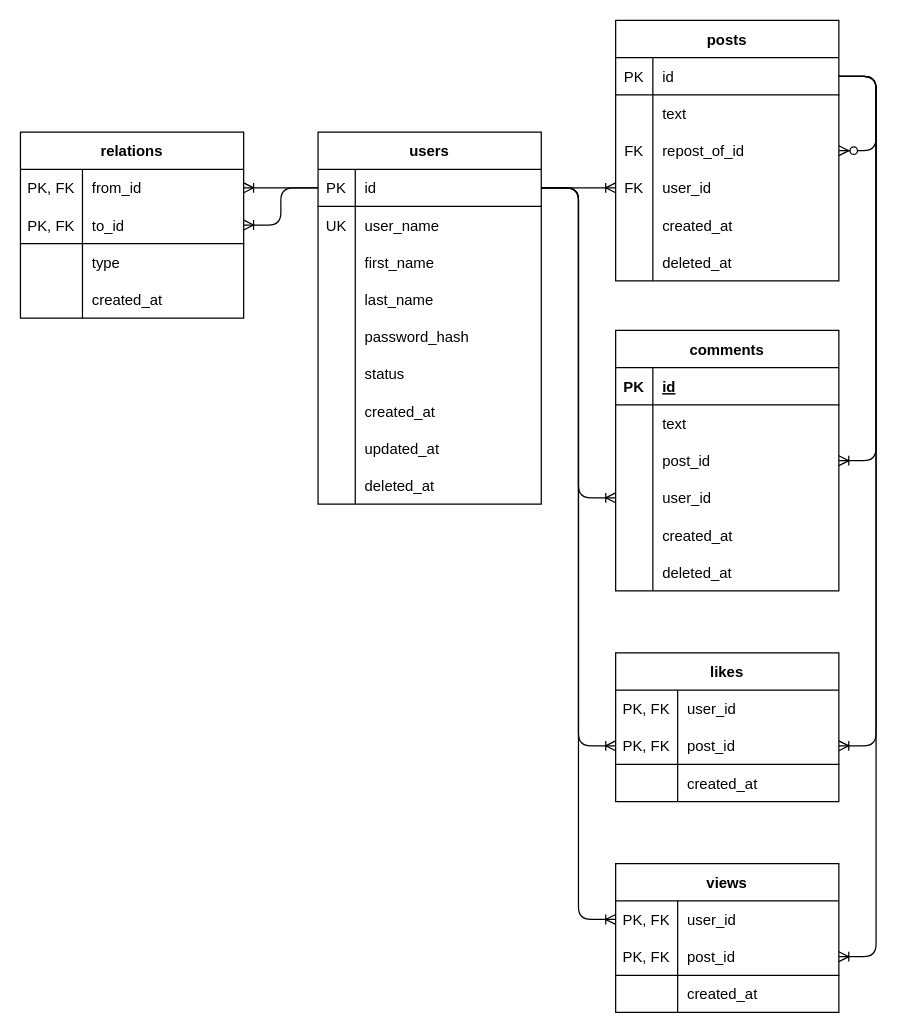
The draw.io diagram scheme.drawio in shekshuev/gophertalk-backend, before the edit. Source tidied: cells renumbered, new cells numbered last; positions are measured from the earlier drawing's top-left corner, leaving out a move shared by most shapes. Both pictures are drawn from the tidied source at 124%, with x=0, y=0 at pixel (20, 20).
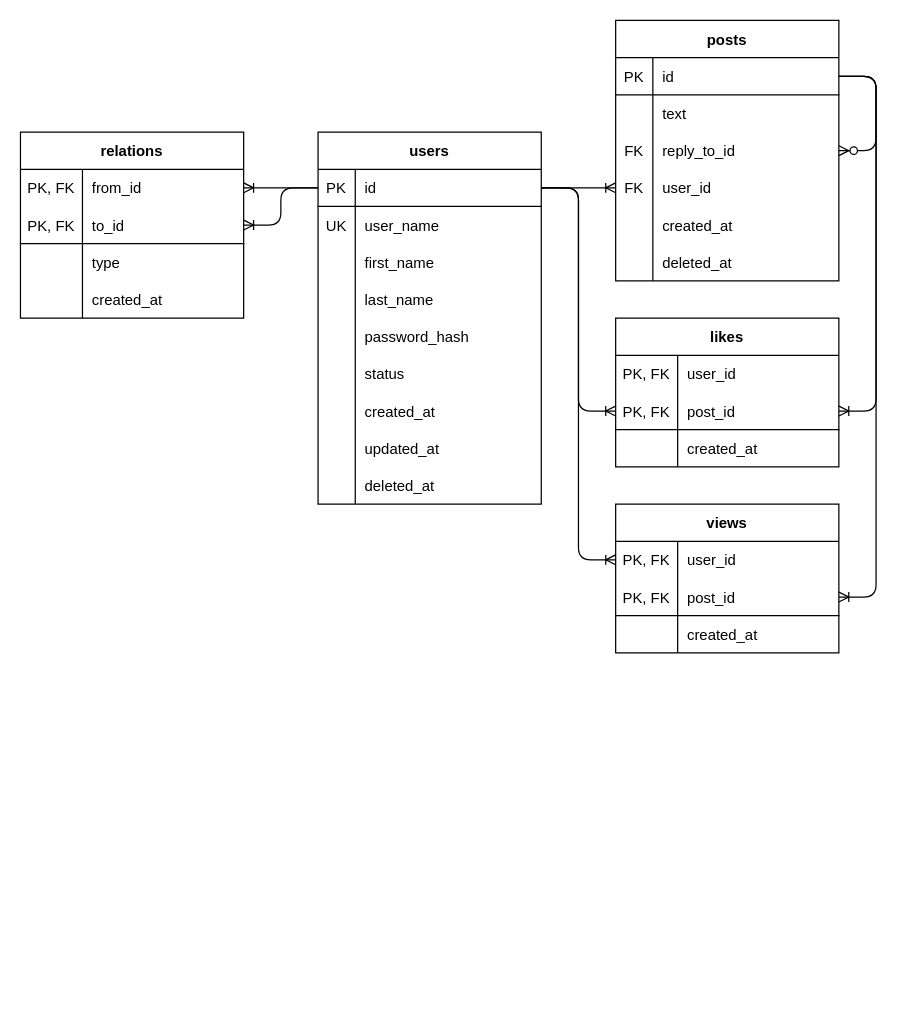
The same page after the edit.

Unchanged cells that the change refers to:
```xml
<mxCell id="3" style="shape=tableRow;horizontal=0;startSize=0;swimlaneHead=0;swimlaneBody=0;fillColor=none;points=[[0,0.5],[1,0.5]];portConstraint=eastwest;top=0;left=0;right=0;bottom=1;" parent="2" vertex="1">
  <mxGeometry y="30" width="180" height="30" as="geometry" />
</mxCell>
<mxCell id="46" style="shape=tableRow;horizontal=0;startSize=0;swimlaneHead=0;swimlaneBody=0;fillColor=none;points=[[0,0.5],[1,0.5]];portConstraint=eastwest;top=0;left=0;right=0;bottom=1;fontStyle=0;" parent="45" vertex="1">
  <mxGeometry y="30" width="180" height="30" as="geometry" />
</mxCell>
<mxCell id="52" style="shape=tableRow;horizontal=0;startSize=0;swimlaneHead=0;swimlaneBody=0;fillColor=none;points=[[0,0.5],[1,0.5]];portConstraint=eastwest;top=0;left=0;right=0;bottom=0;" parent="45" vertex="1">
  <mxGeometry y="90" width="180" height="30" as="geometry" />
</mxCell>
```

Change to the diagram source:
```diff
@@
-    <mxCell id="54" value="repost_of_id" style="shape=partialRectangle;fillColor=none;top=0;left=0;bottom=0;right=0;align=left;spacingLeft=6;overflow=hidden;" parent="52" vertex="1">
+    <mxCell id="54" value="reply_to_id" style="shape=partialRectangle;fillColor=none;top=0;left=0;bottom=0;right=0;align=left;spacingLeft=6;overflow=hidden;" parent="52" vertex="1">
       <mxGeometry x="30" width="150" height="30" as="geometry" />
     </mxCell>
@@
-    <mxCell id="66" value="comments" style="shape=table;startSize=30;childLayout=tableLayout;rowLines=0;fontStyle=1;align=center;" parent="1" vertex="1">
-      <mxGeometry x="480" y="250" width="180" height="210" as="geometry" />
-    </mxCell>
-    <mxCell id="67" style="shape=tableRow;horizontal=0;startSize=0;swimlaneHead=0;swimlaneBody=0;fillColor=none;top=0;left=0;right=0;bottom=1;" parent="66" vertex="1">
-      <mxGeometry y="30" width="180" height="30" as="geometry" />
-    </mxCell>
-    <mxCell id="68" value="PK" style="shape=partialRectangle;fillColor=none;top=0;left=0;bottom=0;right=0;fontStyle=1;overflow=hidden;" parent="67" vertex="1">
-      <mxGeometry width="30" height="30" as="geometry" />
-    </mxCell>
-    <mxCell id="69" value="id" style="shape=partialRectangle;fillColor=none;top=0;left=0;bottom=0;right=0;align=left;spacingLeft=6;fontStyle=5;overflow=hidden;" parent="67" vertex="1">
-      <mxGeometry x="30" width="150" height="30" as="geometry" />
-    </mxCell>
-    <mxCell id="70" style="shape=tableRow;horizontal=0;startSize=0;swimlaneHead=0;swimlaneBody=0;fillColor=none;top=0;left=0;right=0;bottom=0;" parent="66" vertex="1">
-      <mxGeometry y="60" width="180" height="30" as="geometry" />
-    </mxCell>
-    <mxCell id="71" style="shape=partialRectangle;fillColor=none;top=0;left=0;bottom=0;right=0;overflow=hidden;" parent="70" vertex="1">
-      <mxGeometry width="30" height="30" as="geometry" />
-    </mxCell>
-    <mxCell id="72" value="text" style="shape=partialRectangle;fillColor=none;top=0;left=0;bottom=0;right=0;align=left;spacingLeft=6;overflow=hidden;" parent="70" vertex="1">
-      <mxGeometry x="30" width="150" height="30" as="geometry" />
-    </mxCell>
-    <mxCell id="73" style="shape=tableRow;horizontal=0;startSize=0;swimlaneHead=0;swimlaneBody=0;fillColor=none;points=[[0,0.5],[1,0.5]];portConstraint=eastwest;top=0;left=0;right=0;bottom=0;" parent="66" vertex="1">
-      <mxGeometry y="90" width="180" height="30" as="geometry" />
-    </mxCell>
-    <mxCell id="74" style="shape=partialRectangle;fillColor=none;top=0;left=0;bottom=0;right=0;overflow=hidden;" parent="73" vertex="1">
-      <mxGeometry width="30" height="30" as="geometry" />
-    </mxCell>
-    <mxCell id="75" value="post_id" style="shape=partialRectangle;fillColor=none;top=0;left=0;bottom=0;right=0;align=left;spacingLeft=6;overflow=hidden;" parent="73" vertex="1">
-      <mxGeometry x="30" width="150" height="30" as="geometry" />
-    </mxCell>
-    <mxCell id="76" style="shape=tableRow;horizontal=0;startSize=0;swimlaneHead=0;swimlaneBody=0;fillColor=none;points=[[0,0.5],[1,0.5]];portConstraint=eastwest;top=0;left=0;right=0;bottom=0;" parent="66" vertex="1">
-      <mxGeometry y="120" width="180" height="30" as="geometry" />
-    </mxCell>
-    <mxCell id="77" style="shape=partialRectangle;fillColor=none;top=0;left=0;bottom=0;right=0;overflow=hidden;" parent="76" vertex="1">
-      <mxGeometry width="30" height="30" as="geometry" />
-    </mxCell>
-    <mxCell id="78" value="user_id" style="shape=partialRectangle;fillColor=none;top=0;left=0;bottom=0;right=0;align=left;spacingLeft=6;overflow=hidden;" parent="76" vertex="1">
-      <mxGeometry x="30" width="150" height="30" as="geometry" />
-    </mxCell>
-    <mxCell id="79" style="shape=tableRow;horizontal=0;startSize=0;swimlaneHead=0;swimlaneBody=0;fillColor=none;top=0;left=0;right=0;bottom=0;" parent="66" vertex="1">
-      <mxGeometry y="150" width="180" height="30" as="geometry" />
-    </mxCell>
-    <mxCell id="80" style="shape=partialRectangle;fillColor=none;top=0;left=0;bottom=0;right=0;overflow=hidden;" parent="79" vertex="1">
-      <mxGeometry width="30" height="30" as="geometry" />
-    </mxCell>
-    <mxCell id="81" value="created_at" style="shape=partialRectangle;fillColor=none;top=0;left=0;bottom=0;right=0;align=left;spacingLeft=6;overflow=hidden;" parent="79" vertex="1">
-      <mxGeometry x="30" width="150" height="30" as="geometry" />
-    </mxCell>
-    <mxCell id="82" style="shape=tableRow;horizontal=0;startSize=0;swimlaneHead=0;swimlaneBody=0;fillColor=none;top=0;left=0;right=0;bottom=0;" parent="66" vertex="1">
-      <mxGeometry y="180" width="180" height="30" as="geometry" />
-    </mxCell>
-    <mxCell id="83" style="shape=partialRectangle;fillColor=none;top=0;left=0;bottom=0;right=0;overflow=hidden;" parent="82" vertex="1">
-      <mxGeometry width="30" height="30" as="geometry" />
-    </mxCell>
-    <mxCell id="84" value="deleted_at" style="shape=partialRectangle;fillColor=none;top=0;left=0;bottom=0;right=0;align=left;spacingLeft=6;overflow=hidden;" parent="82" vertex="1">
-      <mxGeometry x="30" width="150" height="30" as="geometry" />
-    </mxCell>
-    <mxCell id="85" style="edgeStyle=entityRelationEdgeStyle;fontSize=12;html=1;endArrow=ERoneToMany;" parent="1" edge="1" source="3" target="76">
-      <mxGeometry relative="1" as="geometry" />
-    </mxCell>
-    <mxCell id="86" style="edgeStyle=entityRelationEdgeStyle;fontSize=12;html=1;endArrow=ERoneToMany;" parent="1" edge="1" source="46" target="73">
-      <mxGeometry relative="1" as="geometry" />
-    </mxCell>
     <mxCell id="87" value="likes" style="shape=table;startSize=30;childLayout=tableLayout;rowLines=0;fontStyle=1;align=center;" parent="1" vertex="1">
-      <mxGeometry x="480" y="510" width="180" height="120" as="geometry" />
+      <mxGeometry x="480" y="240" width="180" height="120" as="geometry" />
     </mxCell>
@@
     <mxCell id="99" value="views" style="shape=table;startSize=30;childLayout=tableLayout;rowLines=0;fontStyle=1;align=center;" parent="1" vertex="1">
-      <mxGeometry x="480" y="680" width="180" height="120" as="geometry" />
+      <mxGeometry x="480" y="390" width="180" height="120" as="geometry" />
     </mxCell>
```
